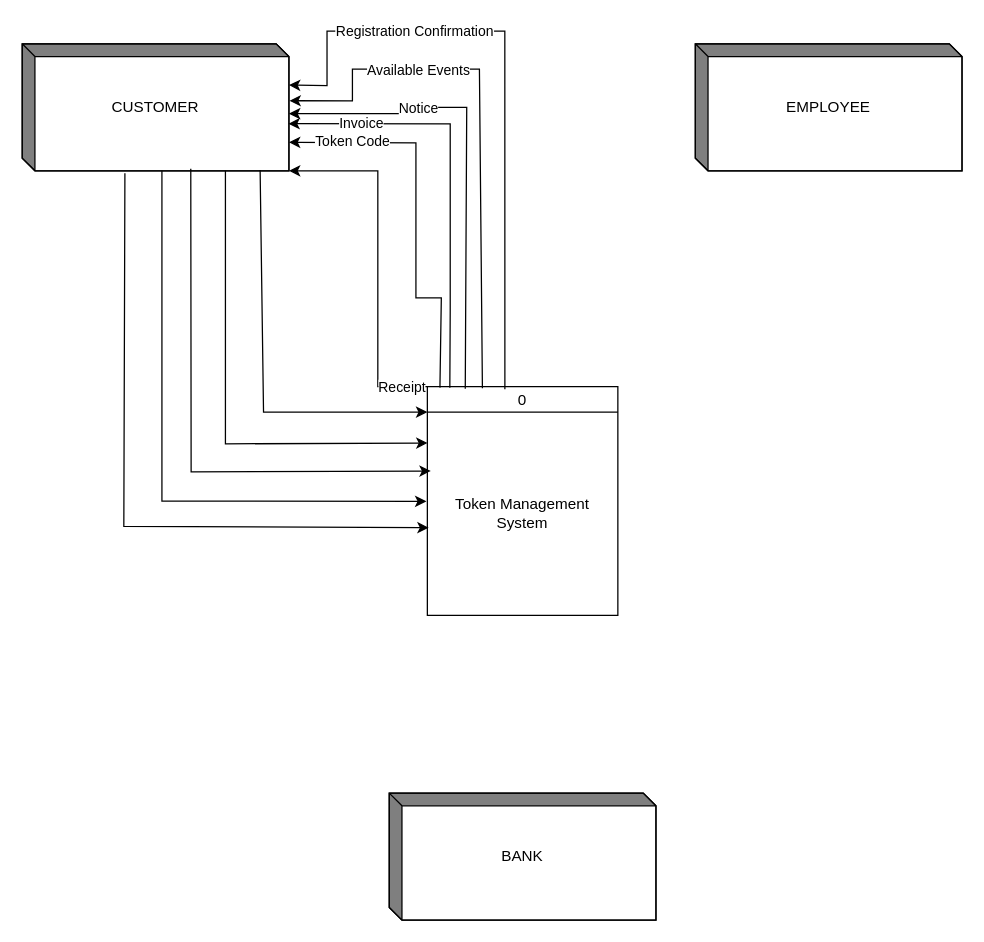
This is Context Diagram.drawio from JussSelenite/JussSelenite, a draw.io file, before an edit. Source tidied: cells renumbered, new cells numbered last; positions are measured from the earlier drawing's top-left corner, leaving out a move shared by most shapes. Both pictures are drawn from the tidied source at 127%, with x=0, y=0 at pixel (22, 30).
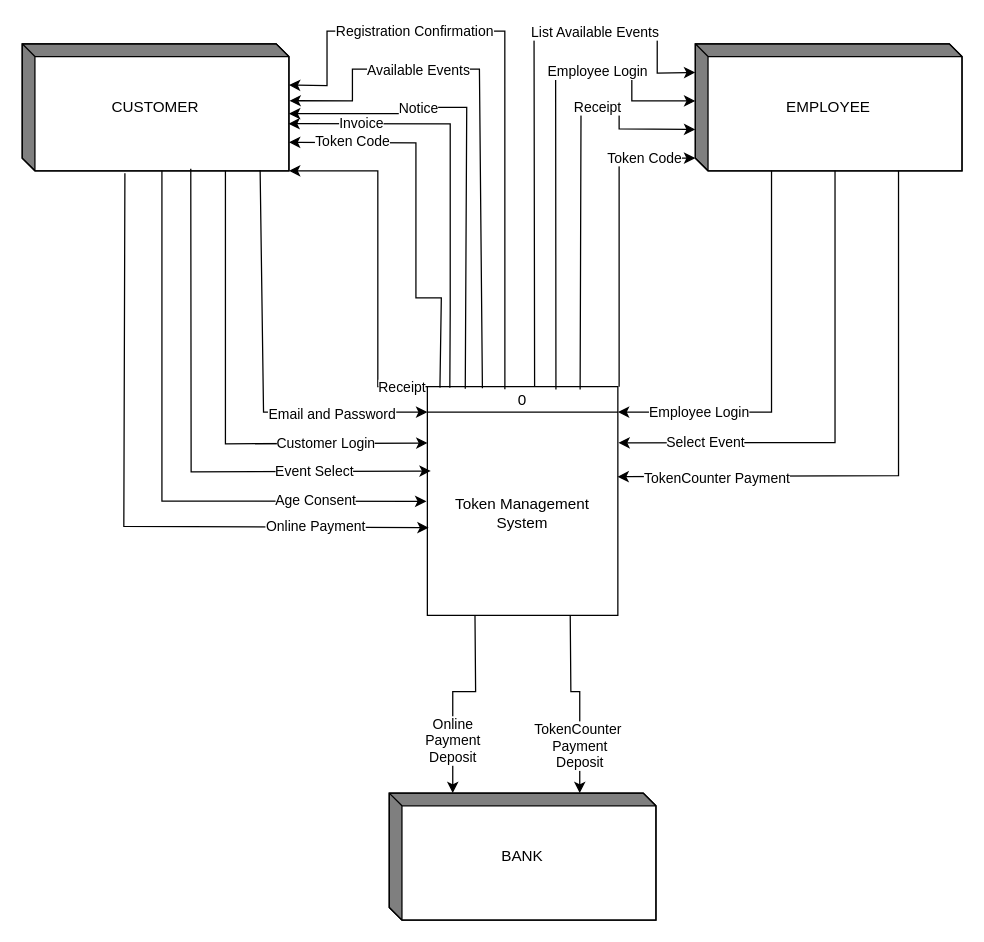
The same page after the edit.

The change refers to these unchanged cells:
```xml
<mxCell id="2" value="0" style="swimlane;fontStyle=0;horizontal=1;startSize=20;fillColor=#ffffff;swimlaneFillColor=#ffffff;" parent="1" vertex="1">
  <mxGeometry x="319" y="280" width="150" height="180" as="geometry" />
</mxCell>
<mxCell id="3" value="Token Management System" style="text;html=1;strokeColor=none;fillColor=none;align=center;verticalAlign=middle;whiteSpace=wrap;rounded=0;" parent="2" vertex="1">
  <mxGeometry y="20" width="150" height="160" as="geometry" />
</mxCell>
<mxCell id="4" value="BANK" style="html=1;dashed=0;whiteSpace=wrap;shape=mxgraph.dfd.externalEntity;" parent="1" vertex="1">
  <mxGeometry x="289" y="600" width="210" height="100" as="geometry" />
</mxCell>
<mxCell id="6" value="EMPLOYEE" style="html=1;dashed=0;whiteSpace=wrap;shape=mxgraph.dfd.externalEntity;" parent="1" vertex="1">
  <mxGeometry x="530" y="10" width="210" height="100" as="geometry" />
</mxCell>
<mxCell id="19" style="endArrow=classic;html=1;rounded=0;entryX=0.007;entryY=0.569;entryDx=0;entryDy=0;entryPerimeter=0;exitX=0.385;exitY=1.02;exitDx=0;exitDy=0;exitPerimeter=0;" parent="1" edge="1" source="5" target="3">
  <mxGeometry relative="1" as="geometry">
    <Array as="points">
      <mxPoint x="80" y="390" />
    </Array>
  </mxGeometry>
</mxCell>
<mxCell id="20" style="endArrow=classic;html=1;rounded=0;entryX=-0.005;entryY=0.439;entryDx=0;entryDy=0;entryPerimeter=0;exitX=0;exitY=0;exitDx=110;exitDy=100;exitPerimeter=0;" parent="1" edge="1" source="5" target="3">
  <mxGeometry relative="1" as="geometry">
    <Array as="points">
      <mxPoint x="110" y="370" />
    </Array>
  </mxGeometry>
</mxCell>
<mxCell id="21" style="endArrow=classic;html=1;rounded=0;entryX=0.018;entryY=0.29;entryDx=0;entryDy=0;entryPerimeter=0;exitX=0.632;exitY=0.984;exitDx=0;exitDy=0;exitPerimeter=0;" parent="1" edge="1" source="5" target="3">
  <mxGeometry relative="1" as="geometry">
    <Array as="points">
      <mxPoint x="133" y="347" />
    </Array>
  </mxGeometry>
</mxCell>
<mxCell id="22" style="endArrow=classic;html=1;rounded=0;entryX=0.001;entryY=0.152;entryDx=0;entryDy=0;entryPerimeter=0;exitX=0;exitY=0;exitDx=160;exitDy=100;exitPerimeter=0;" parent="1" edge="1" source="5" target="3">
  <mxGeometry relative="1" as="geometry">
    <Array as="points">
      <mxPoint x="160" y="325" />
    </Array>
  </mxGeometry>
</mxCell>
<mxCell id="23" style="endArrow=classic;html=1;rounded=0;entryX=0;entryY=0;entryDx=0;entryDy=0;exitX=0.892;exitY=0.993;exitDx=0;exitDy=0;exitPerimeter=0;" parent="1" edge="1" source="5" target="3">
  <mxGeometry relative="1" as="geometry">
    <Array as="points">
      <mxPoint x="190" y="300" />
    </Array>
  </mxGeometry>
</mxCell>
```

Diff of the diagram source:
```diff
@@
+    <mxCell id="24" value="Online Payment" style="edgeLabel;html=1;align=center;verticalAlign=middle;" parent="19" vertex="1">
+      <mxGeometry x="0.49" y="1" relative="1" as="geometry">
+        <mxPoint x="42" as="offset" />
+      </mxGeometry>
+    </mxCell>
@@
+    <mxCell id="25" value="Age Consent" style="edgeLabel;html=1;align=center;verticalAlign=middle;" parent="20" vertex="1">
+      <mxGeometry x="0.54" y="1" relative="1" as="geometry">
+        <mxPoint x="19" as="offset" />
+      </mxGeometry>
+    </mxCell>
@@
+    <mxCell id="26" value="Event Select" style="edgeLabel;html=1;align=center;verticalAlign=middle;" parent="21" vertex="1">
+      <mxGeometry x="0.39" relative="1" as="geometry">
+        <mxPoint x="38" as="offset" />
+      </mxGeometry>
+    </mxCell>
@@
+    <mxCell id="27" value="Customer Login" style="edgeLabel;html=1;align=center;verticalAlign=middle;" parent="22" vertex="1">
+      <mxGeometry x="0.57" relative="1" as="geometry" />
+    </mxCell>
@@
+    <mxCell id="28" value="Email and Password&lt;br&gt;" style="edgeLabel;html=1;align=center;verticalAlign=middle;" parent="23" vertex="1">
+      <mxGeometry x="0.46" y="-1" relative="1" as="geometry">
+        <mxPoint x="11" as="offset" />
+      </mxGeometry>
+    </mxCell>
+    <mxCell id="29" style="endArrow=classic;html=1;rounded=0;entryX=0;entryY=0;entryDx=0;entryDy=22.5;entryPerimeter=0;exitX=0.563;exitY=0;exitDx=0;exitDy=0;exitPerimeter=0;" parent="1" edge="1" source="2" target="6">
+      <mxGeometry relative="1" as="geometry">
+        <Array as="points">
+          <mxPoint x="403" />
+          <mxPoint x="500" />
+          <mxPoint x="500" y="33" />
+        </Array>
+      </mxGeometry>
+    </mxCell>
+    <mxCell id="30" value="List Available Events" style="edgeLabel;html=1;align=center;verticalAlign=middle;" parent="29" vertex="1">
+      <mxGeometry x="0.49" relative="1" as="geometry" />
+    </mxCell>
+    <mxCell id="31" style="endArrow=classic;html=1;rounded=0;entryX=0;entryY=0;entryDx=0;entryDy=45;entryPerimeter=0;exitX=0.675;exitY=0.012;exitDx=0;exitDy=0;exitPerimeter=0;" parent="1" edge="1" source="2" target="6">
+      <mxGeometry relative="1" as="geometry">
+        <Array as="points">
+          <mxPoint x="420" y="30" />
+          <mxPoint x="480" y="30" />
+          <mxPoint x="480" y="55" />
+        </Array>
+      </mxGeometry>
+    </mxCell>
+    <mxCell id="32" value="Employee Login" style="edgeLabel;html=1;align=center;verticalAlign=middle;" parent="31" vertex="1">
+      <mxGeometry x="0.47" y="-1" relative="1" as="geometry" />
+    </mxCell>
+    <mxCell id="33" style="endArrow=classic;html=1;rounded=0;entryX=0;entryY=0;entryDx=0;entryDy=67.5;entryPerimeter=0;exitX=0.802;exitY=0.012;exitDx=0;exitDy=0;exitPerimeter=0;" parent="1" edge="1" source="2" target="6">
+      <mxGeometry relative="1" as="geometry">
+        <Array as="points">
+          <mxPoint x="440" y="60" />
+          <mxPoint x="470" y="60" />
+          <mxPoint x="470" y="77" />
+        </Array>
+      </mxGeometry>
+    </mxCell>
+    <mxCell id="34" value="Receipt" style="edgeLabel;html=1;align=center;verticalAlign=middle;" parent="33" vertex="1">
+      <mxGeometry x="0.43" y="1" relative="1" as="geometry" />
+    </mxCell>
+    <mxCell id="35" style="endArrow=classic;html=1;rounded=0;entryX=0;entryY=0;entryDx=0;entryDy=90;entryPerimeter=0;" parent="1" edge="1" target="6">
+      <mxGeometry relative="1" as="geometry">
+        <mxPoint x="470" y="280" as="sourcePoint" />
+        <Array as="points">
+          <mxPoint x="470" y="100" />
+        </Array>
+      </mxGeometry>
+    </mxCell>
+    <mxCell id="36" value="Token Code" style="edgeLabel;html=1;align=center;verticalAlign=middle;" parent="35" vertex="1">
+      <mxGeometry x="0.57" y="1" relative="1" as="geometry">
+        <mxPoint x="11" as="offset" />
+      </mxGeometry>
+    </mxCell>
+    <mxCell id="37" style="endArrow=classic;html=1;rounded=0;entryX=1;entryY=0;entryDx=0;entryDy=0;exitX=0;exitY=0;exitDx=60;exitDy=100;exitPerimeter=0;" parent="1" edge="1" source="6" target="3">
+      <mxGeometry relative="1" as="geometry">
+        <Array as="points">
+          <mxPoint x="590" y="300" />
+        </Array>
+      </mxGeometry>
+    </mxCell>
+    <mxCell id="38" value="Employee Login" style="edgeLabel;html=1;align=center;verticalAlign=middle;" parent="37" vertex="1">
+      <mxGeometry x="0.66" y="-2" relative="1" as="geometry">
+        <mxPoint x="10" y="1" as="offset" />
+      </mxGeometry>
+    </mxCell>
+    <mxCell id="39" style="endArrow=classic;html=1;rounded=0;entryX=1.003;entryY=0.151;entryDx=0;entryDy=0;entryPerimeter=0;exitX=0;exitY=0;exitDx=110;exitDy=100;exitPerimeter=0;" parent="1" edge="1" source="6" target="3">
+      <mxGeometry relative="1" as="geometry">
+        <Array as="points">
+          <mxPoint x="640" y="324" />
+        </Array>
+      </mxGeometry>
+    </mxCell>
+    <mxCell id="40" value="Select Event" style="edgeLabel;html=1;align=center;verticalAlign=middle;" parent="39" vertex="1">
+      <mxGeometry x="0.71" y="1" relative="1" as="geometry">
+        <mxPoint x="12" y="-2" as="offset" />
+      </mxGeometry>
+    </mxCell>
+    <mxCell id="41" style="endArrow=classic;html=1;rounded=0;entryX=0.998;entryY=0.318;entryDx=0;entryDy=0;entryPerimeter=0;exitX=0;exitY=0;exitDx=160;exitDy=100;exitPerimeter=0;" parent="1" edge="1" source="6" target="3">
+      <mxGeometry relative="1" as="geometry">
+        <Array as="points">
+          <mxPoint x="690" y="350" />
+        </Array>
+      </mxGeometry>
+    </mxCell>
+    <mxCell id="42" value="TokenCounter Payment" style="edgeLabel;html=1;align=center;verticalAlign=middle;" parent="41" vertex="1">
+      <mxGeometry x="0.73" y="-2" relative="1" as="geometry">
+        <mxPoint x="16" y="3" as="offset" />
+      </mxGeometry>
+    </mxCell>
+    <mxCell id="43" style="endArrow=classic;html=1;rounded=0;exitX=0.75;exitY=1;exitDx=0;exitDy=0;entryX=0;entryY=0;entryDx=150;entryDy=0;entryPerimeter=0;" parent="1" edge="1" source="3" target="4">
+      <mxGeometry relative="1" as="geometry">
+        <Array as="points">
+          <mxPoint x="432" y="520" />
+          <mxPoint x="439" y="520" />
+        </Array>
+      </mxGeometry>
+    </mxCell>
+    <mxCell id="44" value="TokenCounter&amp;nbsp;&lt;br&gt;Payment&lt;br&gt;Deposit" style="edgeLabel;html=1;align=center;verticalAlign=middle;" parent="43" vertex="1">
+      <mxGeometry x="0.5" y="-1" relative="1" as="geometry" />
+    </mxCell>
+    <mxCell id="45" style="endArrow=classic;html=1;rounded=0;entryX=0;entryY=0;entryDx=50;entryDy=0;entryPerimeter=0;exitX=0.25;exitY=1;exitDx=0;exitDy=0;" parent="1" edge="1" source="3" target="4">
+      <mxGeometry relative="1" as="geometry">
+        <Array as="points">
+          <mxPoint x="357" y="520" />
+          <mxPoint x="339" y="520" />
+        </Array>
+      </mxGeometry>
+    </mxCell>
+    <mxCell id="46" value="Online&lt;br&gt;Payment&lt;br&gt;Deposit" style="edgeLabel;html=1;align=center;verticalAlign=middle;" parent="45" vertex="1">
+      <mxGeometry x="0.48" y="-1" relative="1" as="geometry" />
+    </mxCell>
```
